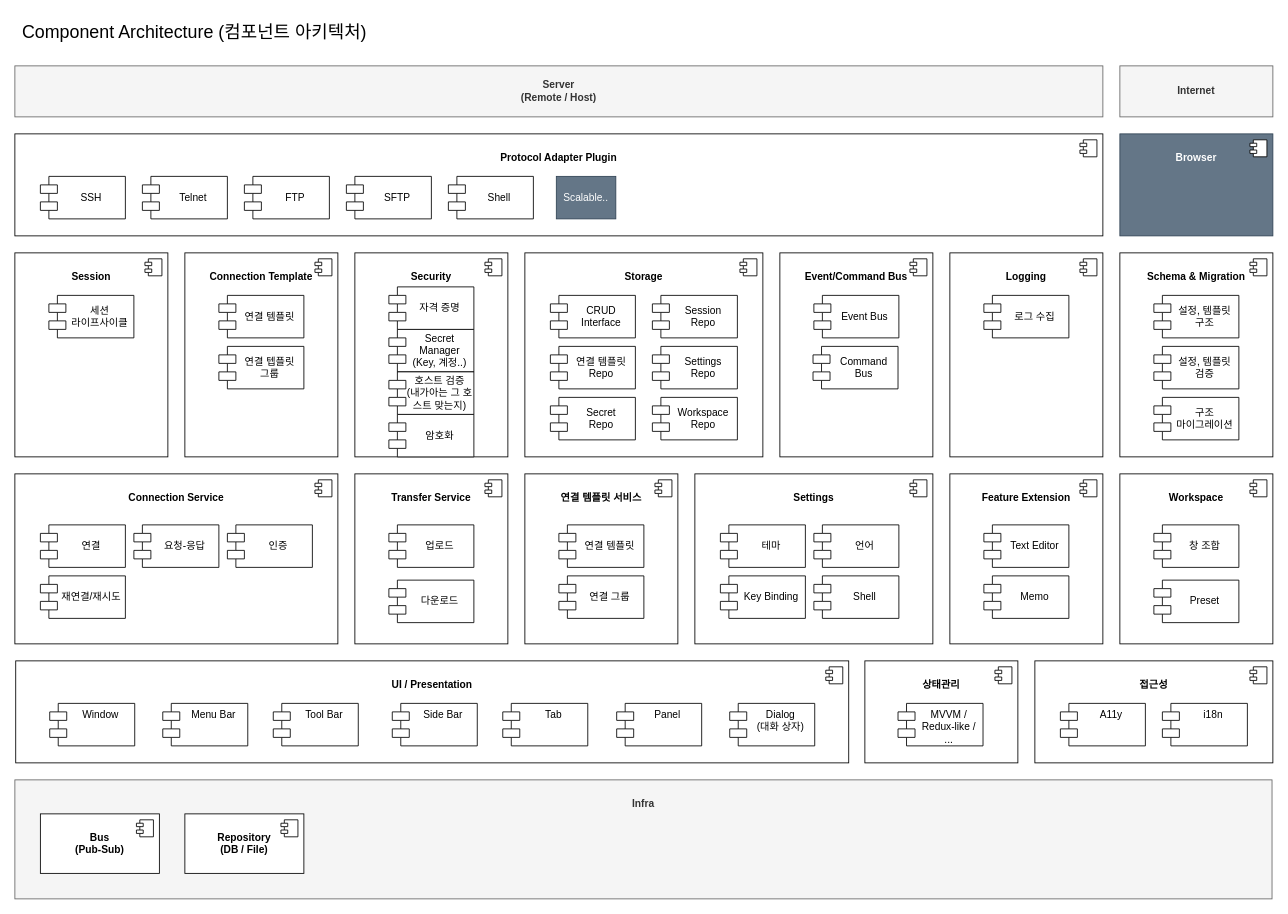
This is DOC/02_design/01_component_architecture.drawio from whdrns2013/DATerm, a draw.io file, before an edit. Source tidied: cells renumbered, new cells numbered last; positions are measured from the earlier drawing's top-left corner, leaving out a move shared by most shapes. Both pictures are drawn from the tidied source at 85%, with x=0, y=0 at pixel (14, 14).
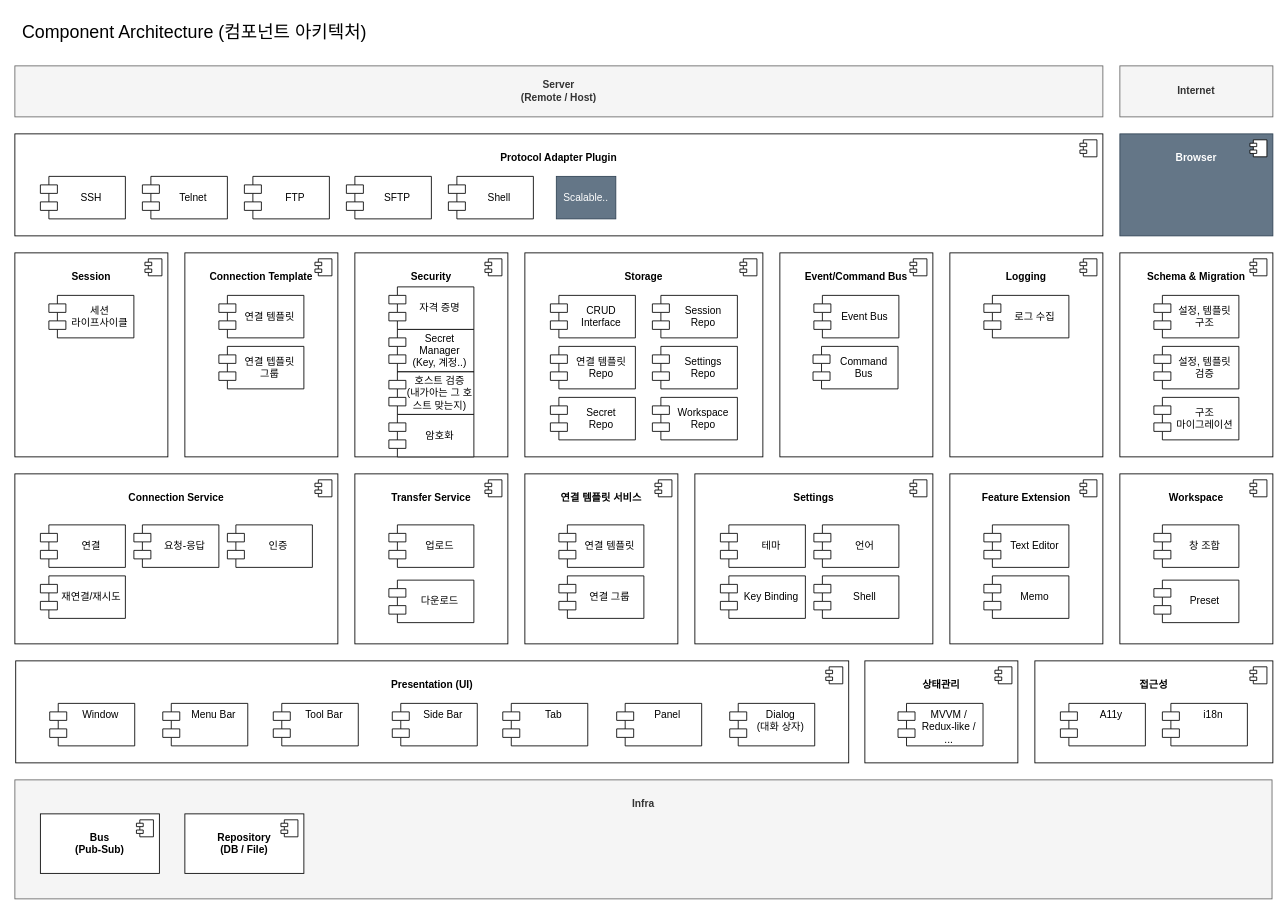
The same page after the edit.

What changed in the source:
```diff
@@
-    <mxCell id="11" value="&lt;div&gt;&lt;b&gt;&lt;br&gt;&lt;/b&gt;&lt;/div&gt;&lt;b&gt;UI / Presentation&lt;/b&gt;" style="html=1;whiteSpace=wrap;verticalAlign=top;" parent="1" vertex="1">
+    <mxCell id="11" value="&lt;div&gt;&lt;b&gt;&lt;br&gt;&lt;/b&gt;&lt;/div&gt;&lt;b&gt;Presentation (UI)&lt;/b&gt;" style="html=1;whiteSpace=wrap;verticalAlign=top;" parent="1" vertex="1">
       <mxGeometry x="1" y="760" width="980" height="120" as="geometry" />
     </mxCell>
```
